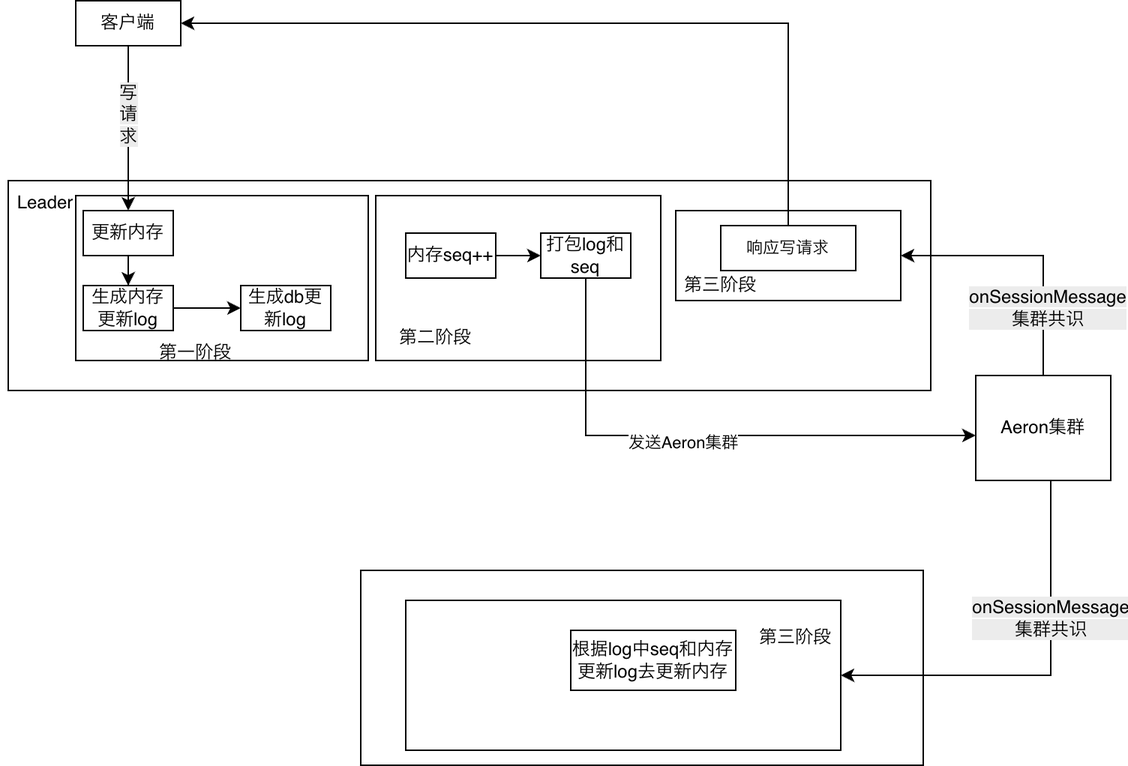
Earlier version of the draw.io export 3stage.png (jdk8/jdk8.github.io). Source tidied: cells renumbered, new cells last; positions are measured from the earlier drawing's top-left corner, leaving out a move shared by most shapes.
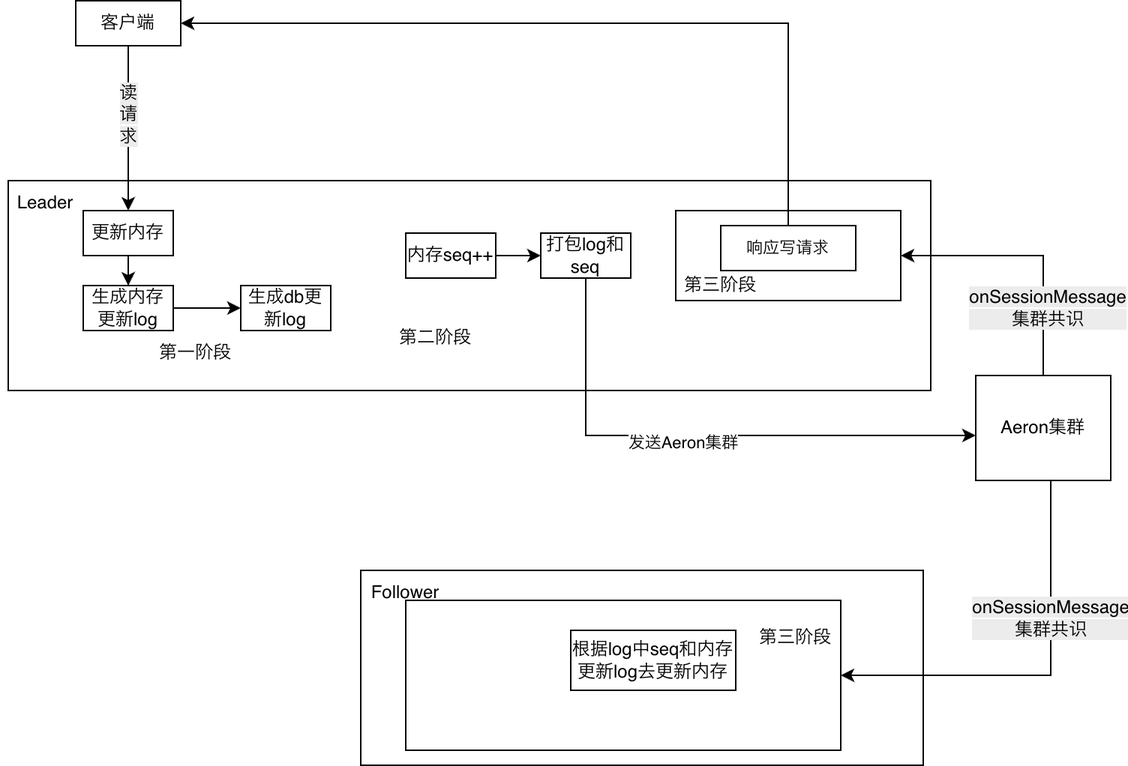
The same diagram one commit later.

Change to the diagram source:
```diff
@@ -2,21 +2,18 @@
   <root>
     <mxCell id="0" />
     <mxCell id="1" parent="0" />
-    <mxCell id="2" style="rounded=0;whiteSpace=wrap;html=1;" parent="1" vertex="1">
-      <mxGeometry x="240" y="380" width="375" height="130" as="geometry" />
-    </mxCell>
-    <mxCell id="3" style="rounded=0;whiteSpace=wrap;html=1;" parent="1" vertex="1">
-      <mxGeometry x="5" y="120" width="615" height="140" as="geometry" />
-    </mxCell>
-    <mxCell id="4" style="rounded=0;whiteSpace=wrap;html=1;" parent="1" vertex="1">
-      <mxGeometry x="50" y="130" width="195" height="110" as="geometry" />
-    </mxCell>
+    <mxCell id="34" style="rounded=0;whiteSpace=wrap;html=1;" parent="1" vertex="1">
+      <mxGeometry x="240" y="380" width="375" height="130" as="geometry" />
+    </mxCell>
+    <mxCell id="35" style="rounded=0;whiteSpace=wrap;html=1;" parent="1" vertex="1">
+      <mxGeometry x="5" y="120" width="615" height="140" as="geometry" />
+    </mxCell>
     <mxCell id="5" style="rounded=0;jettySize=auto;html=1;entryX=0.5;entryY=0;entryDx=0;entryDy=0;" parent="1" edge="1" source="7" target="10">
       <mxGeometry relative="1" as="geometry" />
     </mxCell>
-    <mxCell id="6" value="&lt;span style=&quot;font-size: 12px; text-wrap-mode: wrap; background-color: rgb(236, 236, 236);&quot;&gt;写请求&lt;/span&gt;" style="edgeLabel;html=1;align=center;verticalAlign=middle;" parent="5" vertex="1">
-      <mxGeometry x="-0.17" y="-1" relative="1" as="geometry" />
-    </mxCell>
+    <mxCell id="36" value="&lt;span style=&quot;font-size: 12px; text-wrap-mode: wrap; background-color: rgb(236, 236, 236);&quot;&gt;读请求&lt;/span&gt;" style="edgeLabel;html=1;align=center;verticalAlign=middle;" parent="5" vertex="1">
+      <mxGeometry x="-0.17" y="-1" relative="1" as="geometry" />
+    </mxCell>
     <mxCell id="7" value="客户端" style="rounded=0;whiteSpace=wrap;html=1;" parent="1" vertex="1">
       <mxGeometry x="50" width="70" height="30" as="geometry" />
     </mxCell>
@@ -41,9 +38,6 @@
     <mxCell id="14" value="第一阶段" style="text;html=1;whiteSpace=wrap;strokeColor=none;fillColor=none;align=center;verticalAlign=middle;rounded=0;" parent="1" vertex="1">
       <mxGeometry x="100" y="220" width="60" height="30" as="geometry" />
     </mxCell>
-    <mxCell id="15" style="rounded=0;whiteSpace=wrap;html=1;" parent="1" vertex="1">
-      <mxGeometry x="250" y="130" width="190" height="110" as="geometry" />
-    </mxCell>
     <mxCell id="16" value="第二阶段" style="text;html=1;whiteSpace=wrap;strokeColor=none;fillColor=none;align=center;verticalAlign=middle;rounded=0;" parent="1" vertex="1">
       <mxGeometry x="260" y="210" width="60" height="30" as="geometry" />
     </mxCell>
@@ -66,37 +60,37 @@
     <mxCell id="21" value="打包log和seq" style="rounded=0;whiteSpace=wrap;html=1;" parent="1" vertex="1">
       <mxGeometry x="360" y="155" width="60" height="30" as="geometry" />
     </mxCell>
-    <mxCell id="22" style="rounded=0;jettySize=auto;html=1;entryX=1;entryY=0.5;entryDx=0;entryDy=0;exitX=0.5;exitY=0;exitDx=0;exitDy=0;edgeStyle=orthogonalEdgeStyle;" parent="1" edge="1" source="26" target="27">
-      <mxGeometry relative="1" as="geometry" />
-    </mxCell>
-    <mxCell id="23" value="&lt;span style=&quot;text-wrap-mode: wrap; font-size: 12px; background-color: rgb(236, 236, 236);&quot;&gt;onSessionMessage&lt;/span&gt;&lt;div style=&quot;text-wrap-mode: wrap; font-size: 12px; background-color: rgb(236, 236, 236);&quot;&gt;集群共识&lt;/div&gt;" style="edgeLabel;html=1;align=center;verticalAlign=middle;" parent="22" vertex="1">
-      <mxGeometry x="-0.47" y="-2" relative="1" as="geometry" />
-    </mxCell>
-    <mxCell id="24" style="edgeStyle=orthogonalEdgeStyle;rounded=0;jettySize=auto;html=1;entryX=1;entryY=0.5;entryDx=0;entryDy=0;" parent="1" edge="1" source="26" target="29">
-      <mxGeometry relative="1" as="geometry">
-        <Array as="points">
-          <mxPoint x="700" y="450" />
-        </Array>
-      </mxGeometry>
-    </mxCell>
-    <mxCell id="25" value="&lt;span style=&quot;text-wrap-mode: wrap; font-size: 12px; background-color: rgb(236, 236, 236);&quot;&gt;onSessionMessage&lt;/span&gt;&lt;div style=&quot;text-wrap-mode: wrap; font-size: 12px; background-color: rgb(236, 236, 236);&quot;&gt;集群共识&lt;/div&gt;" style="edgeLabel;html=1;align=center;verticalAlign=middle;" parent="24" vertex="1">
-      <mxGeometry x="-0.33" y="-1" relative="1" as="geometry" />
-    </mxCell>
+    <mxCell id="37" style="rounded=0;jettySize=auto;html=1;entryX=1;entryY=0.5;entryDx=0;entryDy=0;exitX=0.5;exitY=0;exitDx=0;exitDy=0;edgeStyle=orthogonalEdgeStyle;" parent="1" edge="1" source="26" target="41">
+      <mxGeometry relative="1" as="geometry" />
+    </mxCell>
+    <mxCell id="38" value="&lt;span style=&quot;text-wrap-mode: wrap; font-size: 12px; background-color: rgb(236, 236, 236);&quot;&gt;onSessionMessage&lt;/span&gt;&lt;div style=&quot;text-wrap-mode: wrap; font-size: 12px; background-color: rgb(236, 236, 236);&quot;&gt;集群共识&lt;/div&gt;" style="edgeLabel;html=1;align=center;verticalAlign=middle;" parent="37" vertex="1">
+      <mxGeometry x="-0.47" y="-2" relative="1" as="geometry" />
+    </mxCell>
+    <mxCell id="39" style="edgeStyle=orthogonalEdgeStyle;rounded=0;jettySize=auto;html=1;entryX=1;entryY=0.5;entryDx=0;entryDy=0;" parent="1" edge="1" source="26" target="43">
+      <mxGeometry relative="1" as="geometry">
+        <Array as="points">
+          <mxPoint x="700" y="450" />
+        </Array>
+      </mxGeometry>
+    </mxCell>
+    <mxCell id="40" value="&lt;span style=&quot;text-wrap-mode: wrap; font-size: 12px; background-color: rgb(236, 236, 236);&quot;&gt;onSessionMessage&lt;/span&gt;&lt;div style=&quot;text-wrap-mode: wrap; font-size: 12px; background-color: rgb(236, 236, 236);&quot;&gt;集群共识&lt;/div&gt;" style="edgeLabel;html=1;align=center;verticalAlign=middle;" parent="39" vertex="1">
+      <mxGeometry x="-0.33" y="-1" relative="1" as="geometry" />
+    </mxCell>
     <mxCell id="26" value="Aeron集群" style="rounded=0;whiteSpace=wrap;html=1;" parent="1" vertex="1">
       <mxGeometry x="650" y="250" width="90" height="70" as="geometry" />
     </mxCell>
-    <mxCell id="27" style="rounded=0;whiteSpace=wrap;html=1;" parent="1" vertex="1">
-      <mxGeometry x="450" y="140" width="150" height="60" as="geometry" />
-    </mxCell>
-    <mxCell id="28" value="第三阶段" style="text;html=1;whiteSpace=wrap;strokeColor=none;fillColor=none;align=center;verticalAlign=middle;rounded=0;" parent="1" vertex="1">
-      <mxGeometry x="450" y="175" width="60" height="30" as="geometry" />
-    </mxCell>
-    <mxCell id="29" style="rounded=0;whiteSpace=wrap;html=1;" parent="1" vertex="1">
-      <mxGeometry x="270" y="400" width="290" height="100" as="geometry" />
-    </mxCell>
-    <mxCell id="30" value="第三阶段" style="text;html=1;whiteSpace=wrap;strokeColor=none;fillColor=none;align=center;verticalAlign=middle;rounded=0;" parent="1" vertex="1">
-      <mxGeometry x="500" y="410" width="60" height="30" as="geometry" />
-    </mxCell>
+    <mxCell id="41" style="rounded=0;whiteSpace=wrap;html=1;" parent="1" vertex="1">
+      <mxGeometry x="450" y="140" width="150" height="60" as="geometry" />
+    </mxCell>
+    <mxCell id="42" value="第三阶段" style="text;html=1;whiteSpace=wrap;strokeColor=none;fillColor=none;align=center;verticalAlign=middle;rounded=0;" parent="1" vertex="1">
+      <mxGeometry x="450" y="175" width="60" height="30" as="geometry" />
+    </mxCell>
+    <mxCell id="43" style="rounded=0;whiteSpace=wrap;html=1;" parent="1" vertex="1">
+      <mxGeometry x="270" y="400" width="290" height="100" as="geometry" />
+    </mxCell>
+    <mxCell id="44" value="第三阶段" style="text;html=1;whiteSpace=wrap;strokeColor=none;fillColor=none;align=center;verticalAlign=middle;rounded=0;" parent="1" vertex="1">
+      <mxGeometry x="500" y="410" width="60" height="30" as="geometry" />
+    </mxCell>
     <mxCell id="31" value="根据log中seq和内存更新log去更新内存" style="rounded=0;whiteSpace=wrap;html=1;" parent="1" vertex="1">
       <mxGeometry x="380" y="420" width="110" height="40" as="geometry" />
     </mxCell>
@@ -106,5 +100,8 @@
     <mxCell id="33" style="edgeStyle=orthogonalEdgeStyle;rounded=0;jettySize=auto;html=1;exitX=0.5;exitY=0;exitDx=0;exitDy=0;entryX=1;entryY=0.5;entryDx=0;entryDy=0;" parent="1" edge="1" source="32" target="7">
       <mxGeometry relative="1" as="geometry" />
     </mxCell>
+    <mxCell id="45" value="Follower" style="text;html=1;whiteSpace=wrap;strokeColor=none;fillColor=none;align=center;verticalAlign=middle;rounded=0;" parent="1" vertex="1">
+      <mxGeometry x="240" y="380" width="60" height="30" as="geometry" />
+    </mxCell>
   </root>
 </mxGraphModel>
```
